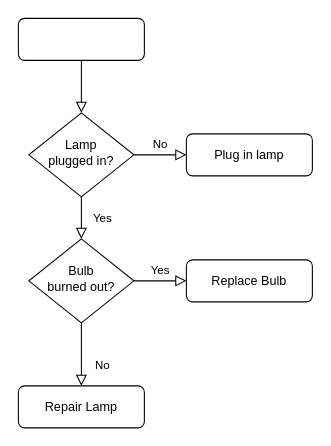
Earlier version of the draw.io diagram 未命名绘图.drawio (QQJoyByte/AntUml). Source tidied: cells renumbered, new cells numbered last; positions are measured from the earlier drawing's top-left corner, leaving out a move shared by most shapes. Both pictures are drawn from the tidied source at 105%, with x=0, y=0 at pixel (18, 18).
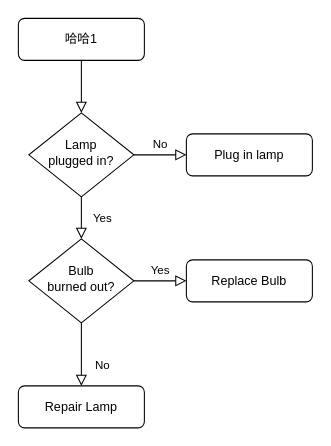
Above is the later version.

Commit message:
更新未命名绘图.drawio

Change to the diagram source:
```diff
@@
 <mxGraphModel>
   <root>
     <mxCell id="0" />
     <mxCell id="1" parent="0" />
     <mxCell id="2" style="rounded=0;html=1;jettySize=auto;fontSize=11;endArrow=block;endFill=0;endSize=8;strokeWidth=1;shadow=0;labelBackgroundColor=none;edgeStyle=orthogonalEdgeStyle;" parent="1" edge="1" source="3" target="6">
       <mxGeometry relative="1" as="geometry" />
     </mxCell>
-    <mxCell id="3" style="rounded=1;whiteSpace=wrap;html=1;fontSize=12;glass=0;strokeWidth=1;shadow=0;" parent="1" vertex="1">
+    <mxCell id="3" value="哈哈1" style="rounded=1;whiteSpace=wrap;html=1;fontSize=12;glass=0;strokeWidth=1;shadow=0;" parent="1" vertex="1">
       <mxGeometry width="120" height="40" as="geometry" />
     </mxCell>
     <mxCell id="4" value="Yes" style="rounded=0;html=1;jettySize=auto;fontSize=11;endArrow=block;endFill=0;endSize=8;strokeWidth=1;shadow=0;labelBackgroundColor=none;edgeStyle=orthogonalEdgeStyle;" parent="1" edge="1" source="6" target="10">
       <mxGeometry y="20" relative="1" as="geometry" />
     </mxCell>
     <mxCell id="5" value="No" style="edgeStyle=orthogonalEdgeStyle;rounded=0;html=1;jettySize=auto;fontSize=11;endArrow=block;endFill=0;endSize=8;strokeWidth=1;shadow=0;labelBackgroundColor=none;" parent="1" edge="1" source="6" target="7">
       <mxGeometry y="10" relative="1" as="geometry" />
     </mxCell>
     <mxCell id="6" value="Lamp&lt;br&gt;plugged in?" style="rhombus;whiteSpace=wrap;html=1;shadow=0;fontFamily=Helvetica;fontSize=12;align=center;strokeWidth=1;spacing=6;spacingTop=-4;" parent="1" vertex="1">
       <mxGeometry x="10" y="90" width="100" height="80" as="geometry" />
     </mxCell>
     <mxCell id="7" value="Plug in lamp" style="rounded=1;whiteSpace=wrap;html=1;fontSize=12;glass=0;strokeWidth=1;shadow=0;" parent="1" vertex="1">
       <mxGeometry x="160" y="110" width="120" height="40" as="geometry" />
     </mxCell>
     <mxCell id="8" value="No" style="rounded=0;html=1;jettySize=auto;fontSize=11;endArrow=block;endFill=0;endSize=8;strokeWidth=1;shadow=0;labelBackgroundColor=none;edgeStyle=orthogonalEdgeStyle;" parent="1" edge="1" source="10" target="11">
       <mxGeometry x="0.33" y="20" relative="1" as="geometry" />
     </mxCell>
     <mxCell id="9" value="Yes" style="edgeStyle=orthogonalEdgeStyle;rounded=0;html=1;jettySize=auto;fontSize=11;endArrow=block;endFill=0;endSize=8;strokeWidth=1;shadow=0;labelBackgroundColor=none;" parent="1" edge="1" source="10" target="12">
       <mxGeometry y="10" relative="1" as="geometry" />
     </mxCell>
     <mxCell id="10" value="Bulb&lt;br&gt;burned out?" style="rhombus;whiteSpace=wrap;html=1;shadow=0;fontFamily=Helvetica;fontSize=12;align=center;strokeWidth=1;spacing=6;spacingTop=-4;" parent="1" vertex="1">
       <mxGeometry x="10" y="210" width="100" height="80" as="geometry" />
     </mxCell>
     <mxCell id="11" value="Repair Lamp" style="rounded=1;whiteSpace=wrap;html=1;fontSize=12;glass=0;strokeWidth=1;shadow=0;" parent="1" vertex="1">
       <mxGeometry y="350" width="120" height="40" as="geometry" />
     </mxCell>
     <mxCell id="12" value="Replace Bulb" style="rounded=1;whiteSpace=wrap;html=1;fontSize=12;glass=0;strokeWidth=1;shadow=0;" parent="1" vertex="1">
       <mxGeometry x="160" y="230" width="120" height="40" as="geometry" />
     </mxCell>
   </root>
 </mxGraphModel>
```
